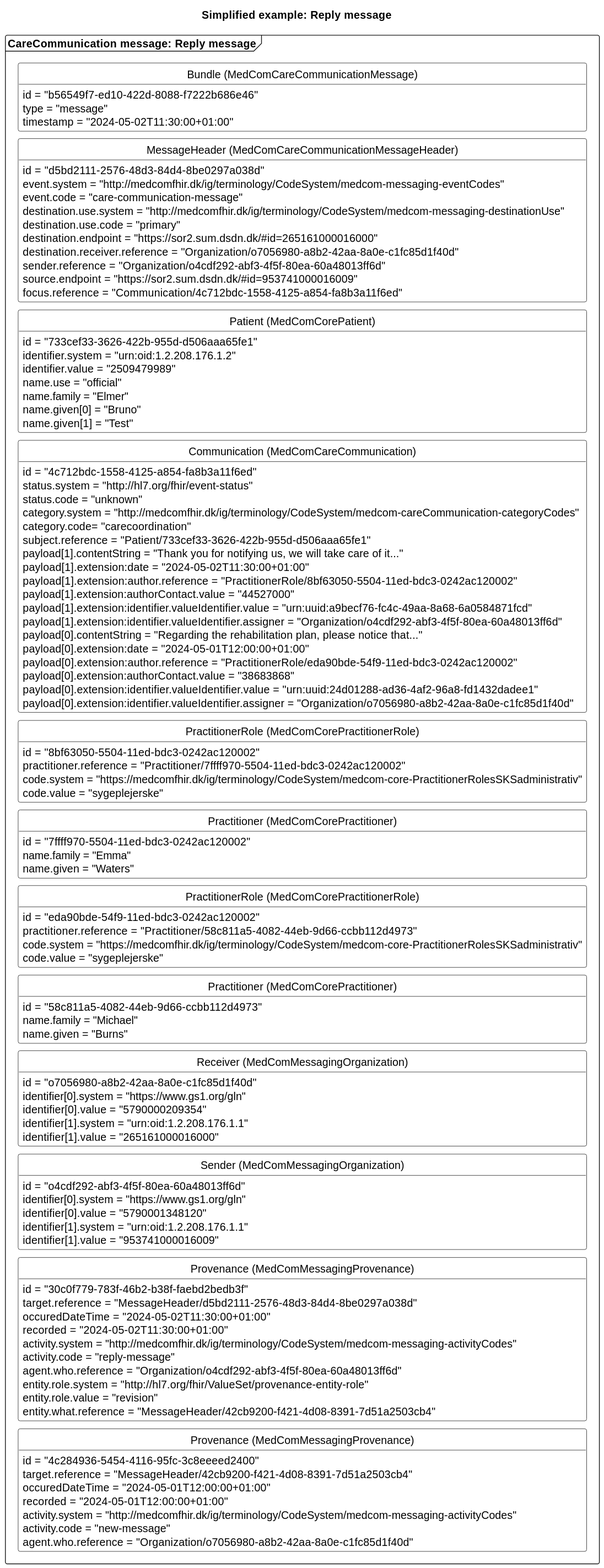
This is input/images/carecommunication/CCreplyMessage.svg from medcomdk/dk-medcom-carecommunication, a PlantUML export, as it was before one commit.
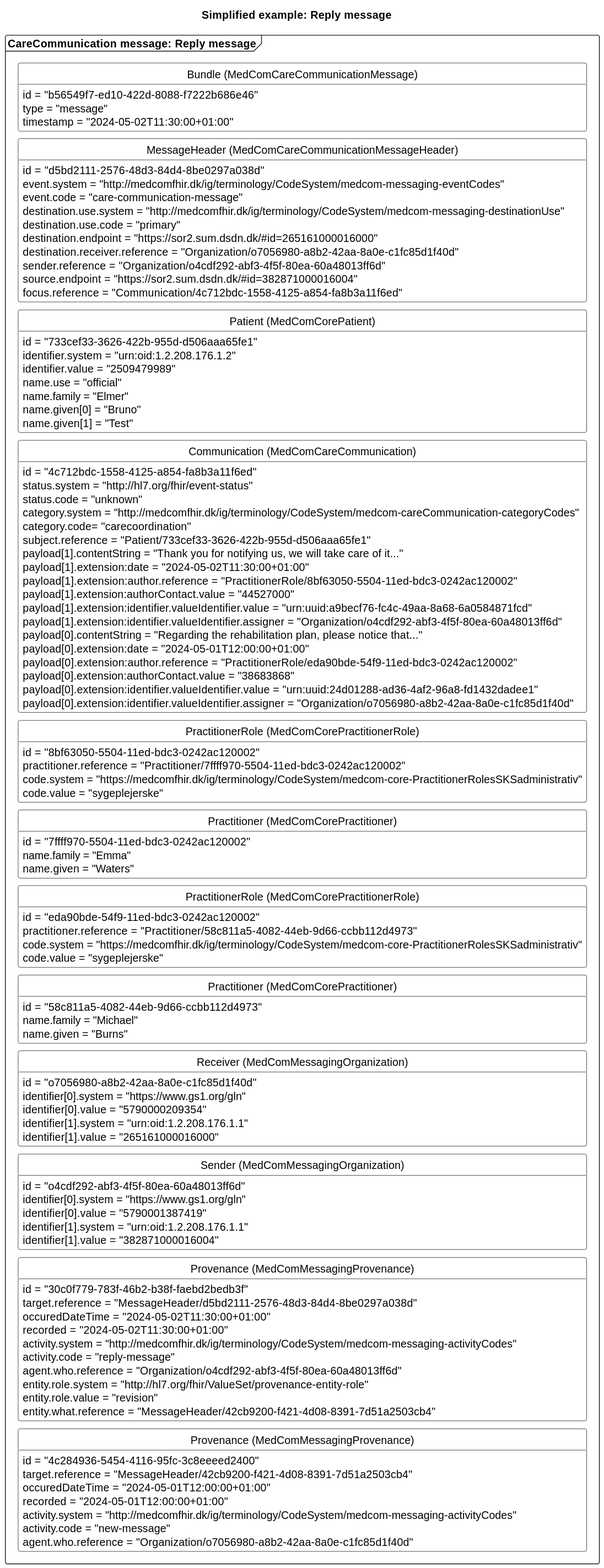
After the change.

Change to the diagram source:
```diff
@@ -28,7 +28,7 @@
         destination.endpoint = "https://sor2.sum.dsdn.dk/#id=265161000016000"
         destination.receiver.reference = "Organization/o7056980-a8b2-42aa-8a0e-c1fc85d1f40d"
         sender.reference = "Organization/o4cdf292-abf3-4f5f-80ea-60a48013ff6d"
-        source.endpoint = "https://sor2.sum.dsdn.dk/#id=953741000016009"
+        source.endpoint = "https://sor2.sum.dsdn.dk/#id=382871000016004"
         focus.reference = "Communication/4c712bdc-1558-4125-a854-fa8b3a11f6ed"
     }
     class "Patient (MedComCorePatient)" as replyPT{
@@ -85,9 +85,9 @@
     class "Sender (MedComMessagingOrganization)" as replySOrg{
         id = "o4cdf292-abf3-4f5f-80ea-60a48013ff6d"
         identifier[0].system = "https://www.gs1.org/gln"
-        identifier[0].value = "5790001348120"
+        identifier[0].value = "5790001387419"
         identifier[1].system = "urn:oid:1.2.208.176.1.1"
-        identifier[1].value = "953741000016009"
+        identifier[1].value = "382871000016004"
     }
     class "Receiver (MedComMessagingOrganization)" as replyROrg{
         id = "o7056980-a8b2-42aa-8a0e-c1fc85d1f40d"
```
